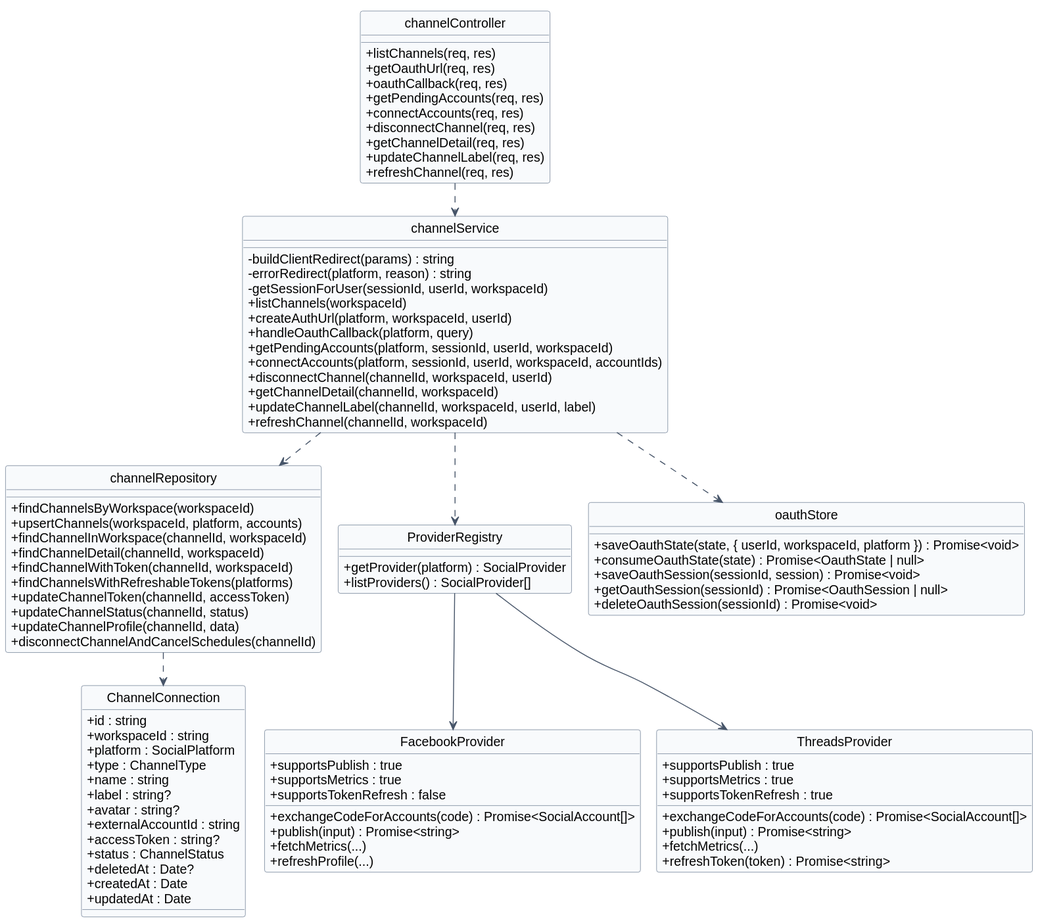
Above: docs/diagrams/04-channel.svg in Pham-Hong-Ky/marka-capstone (PlantUML), before the change.
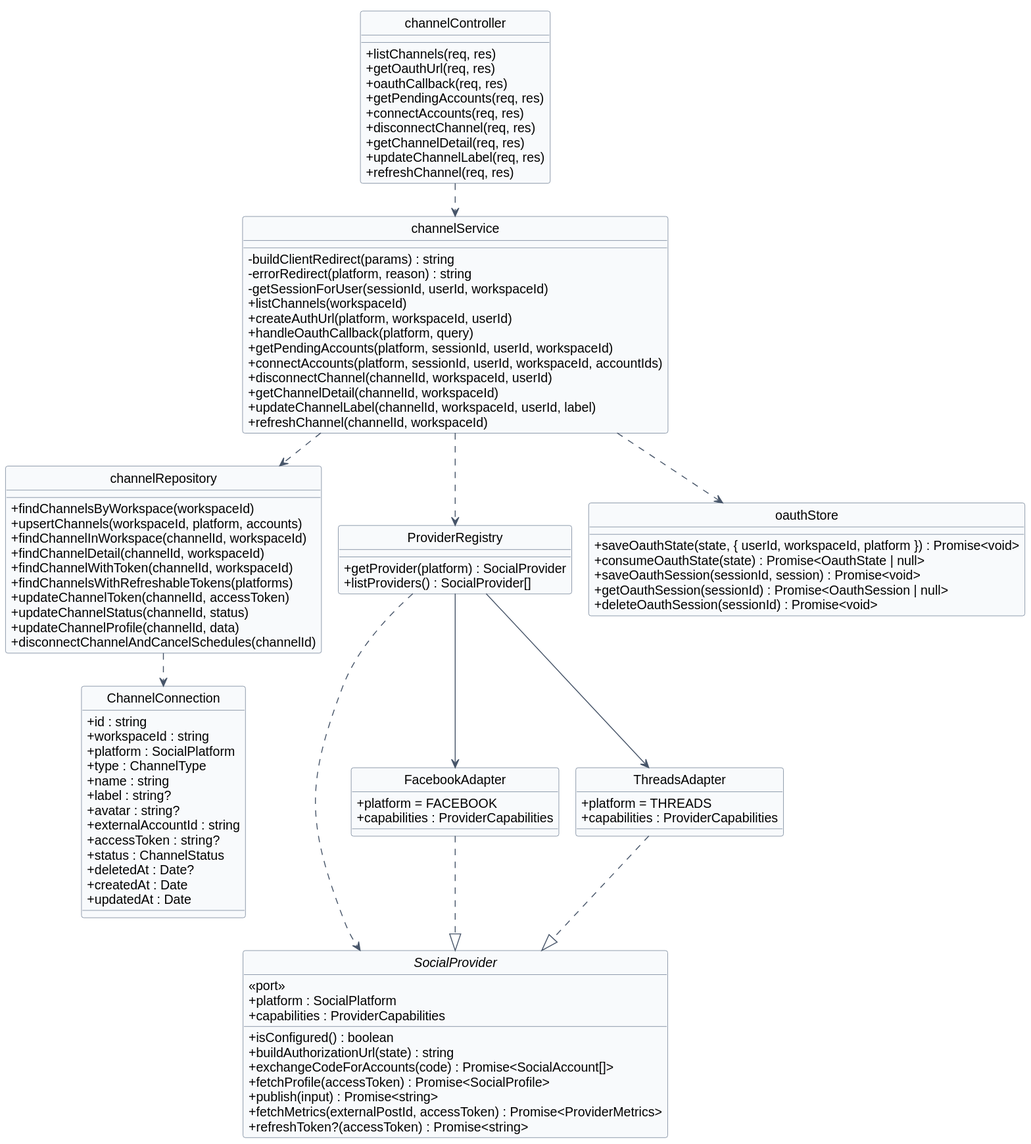
Later version of the same file.

The edit, as a diff of the source:
```diff
@@ -71,29 +71,32 @@
   + disconnectChannelAndCancelSchedules(channelId)
 }
 
+interface "SocialProvider" as socialProvider {
+  <<port>>
+  + platform : SocialPlatform
+  + capabilities : ProviderCapabilities
+  + isConfigured() : boolean
+  + buildAuthorizationUrl(state) : string
+  + exchangeCodeForAccounts(code) : Promise<SocialAccount[]>
+  + fetchProfile(accessToken) : Promise<SocialProfile>
+  + publish(input) : Promise<string>
+  + fetchMetrics(externalPostId, accessToken) : Promise<ProviderMetrics>
+  + refreshToken?(accessToken) : Promise<string>
+}
+
+class "FacebookAdapter" as facebookAdapter {
+  + platform = FACEBOOK
+  + capabilities : ProviderCapabilities
+}
+
+class "ThreadsAdapter" as threadsAdapter {
+  + platform = THREADS
+  + capabilities : ProviderCapabilities
+}
+
 class "ProviderRegistry" as providerRegistry {
   + getProvider(platform) : SocialProvider
   + listProviders() : SocialProvider[]
-}
-
-class "FacebookProvider" as facebookProvider {
-  + exchangeCodeForAccounts(code) : Promise<SocialAccount[]>
-  + publish(input) : Promise<string>
-  + fetchMetrics(...)
-  + refreshProfile(...)
-  + supportsPublish : true
-  + supportsMetrics : true
-  + supportsTokenRefresh : false
-}
-
-class "ThreadsProvider" as threadsProvider {
-  + exchangeCodeForAccounts(code) : Promise<SocialAccount[]>
-  + publish(input) : Promise<string>
-  + fetchMetrics(...)
-  + refreshToken(token) : Promise<string>
-  + supportsPublish : true
-  + supportsMetrics : true
-  + supportsTokenRefresh : true
 }
 
 class "oauthStore" as oauthStore {
@@ -109,6 +112,9 @@
 channelService ..> providerRegistry
 channelService ..> oauthStore
 channelRepository ..> ChannelConnection
-providerRegistry --> facebookProvider
-providerRegistry --> threadsProvider
+providerRegistry ..> socialProvider
+providerRegistry --> facebookAdapter
+providerRegistry --> threadsAdapter
+facebookAdapter ..|> socialProvider
+threadsAdapter ..|> socialProvider
 @enduml
```
